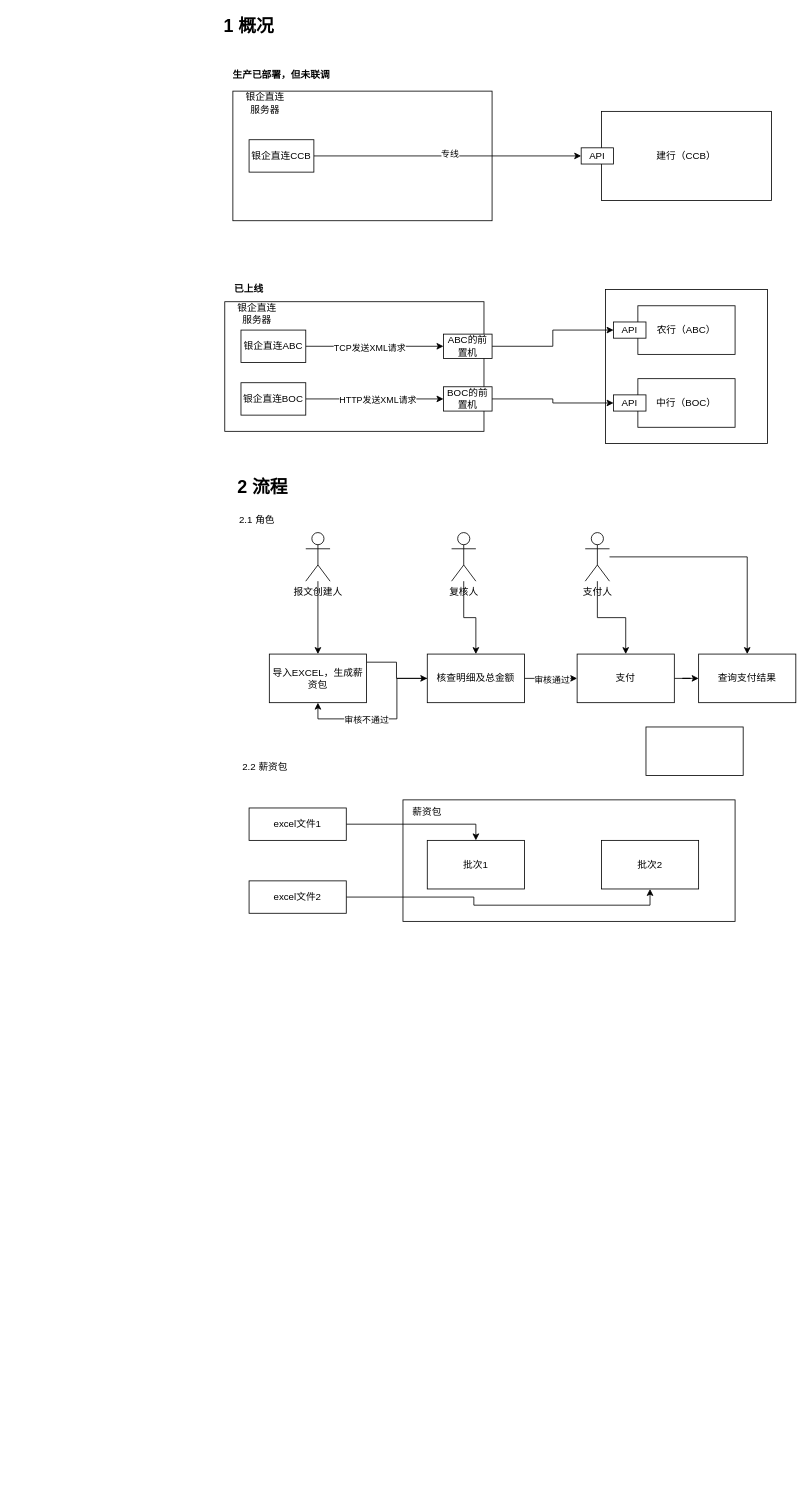
The draw.io diagram salary-platform-present.drawio in fsJerryChan/fsJerryChan, before the edit. Source tidied: cells renumbered, new cells numbered last; positions are measured from the earlier drawing's top-left corner, leaving out a move shared by most shapes. Both pictures are drawn from the tidied source at 81%, with x=0, y=0 at pixel (200, 14).
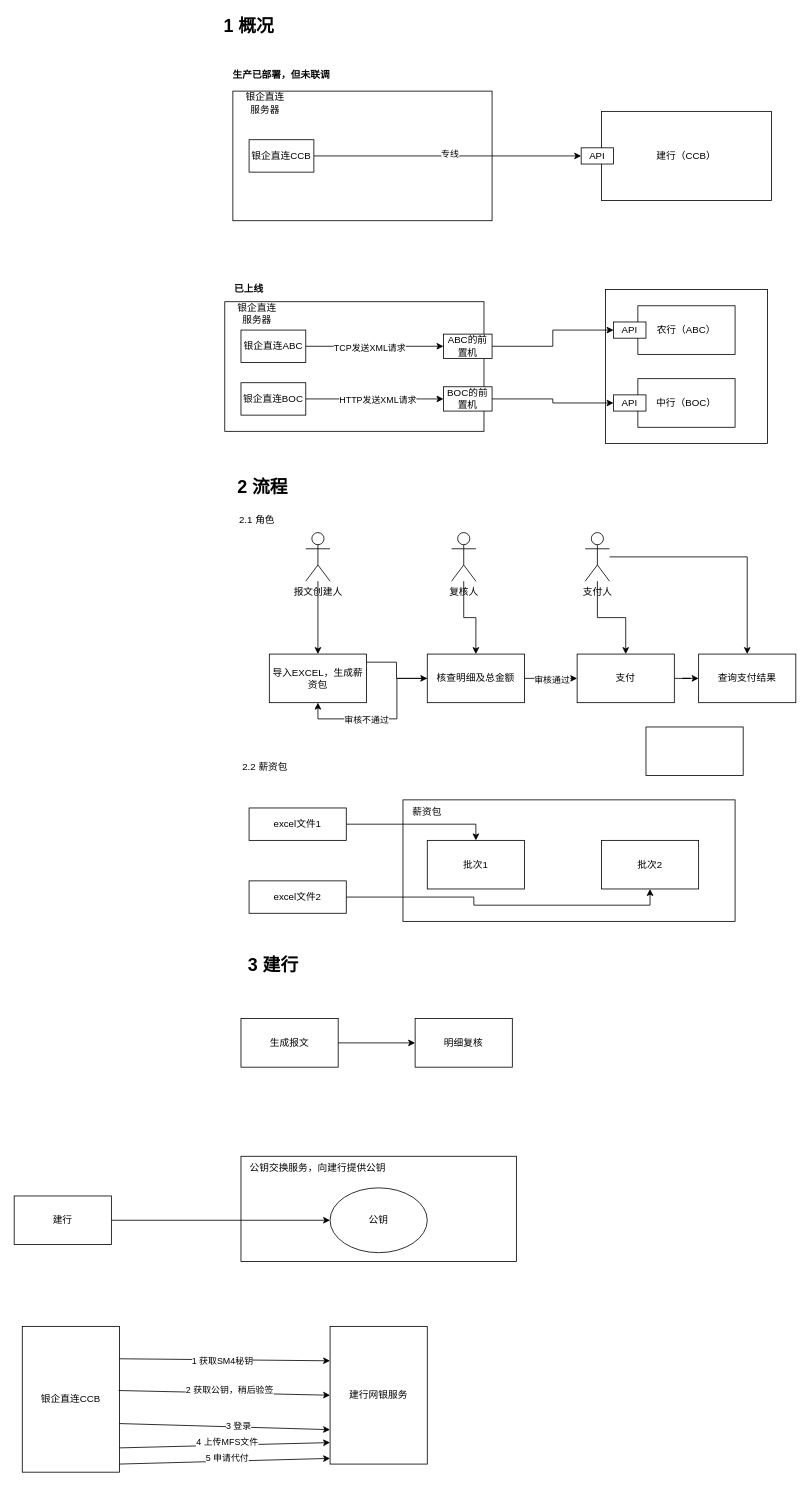
After the change.

The edit, as a diff of the source:
```diff
@@
+    <mxCell id="58" value="&lt;b&gt;&lt;font style=&quot;font-size: 22px;&quot;&gt;3 建行&lt;/font&gt;&lt;/b&gt;" style="text;strokeColor=none;align=center;fillColor=none;html=1;verticalAlign=middle;whiteSpace=wrap;rounded=0;" parent="1" vertex="1">
+      <mxGeometry x="30" y="1160" width="120" height="30" as="geometry" />
+    </mxCell>
+    <mxCell id="59" style="edgeStyle=orthogonalEdgeStyle;rounded=0;jettySize=auto;html=1;entryX=0;entryY=0.5;entryDx=0;entryDy=0;" parent="1" edge="1" source="60" target="61">
+      <mxGeometry relative="1" as="geometry" />
+    </mxCell>
+    <mxCell id="60" value="生成报文" style="rounded=0;whiteSpace=wrap;html=1;" parent="1" vertex="1">
+      <mxGeometry x="50" y="1240" width="120" height="60" as="geometry" />
+    </mxCell>
+    <mxCell id="61" value="明细复核" style="rounded=0;whiteSpace=wrap;html=1;" parent="1" vertex="1">
+      <mxGeometry x="265" y="1240" width="120" height="60" as="geometry" />
+    </mxCell>
+    <mxCell id="62" style="rounded=0;whiteSpace=wrap;html=1;" parent="1" vertex="1">
+      <mxGeometry x="50" y="1410" width="340" height="130" as="geometry" />
+    </mxCell>
+    <mxCell id="63" value="公钥交换服务，向建行提供公钥" style="text;strokeColor=none;align=center;fillColor=none;html=1;verticalAlign=middle;whiteSpace=wrap;rounded=0;" parent="1" vertex="1">
+      <mxGeometry x="60" y="1410" width="170" height="30" as="geometry" />
+    </mxCell>
+    <mxCell id="64" value="公钥" style="ellipse;whiteSpace=wrap;html=1;" parent="1" vertex="1">
+      <mxGeometry x="160" y="1449" width="120" height="80" as="geometry" />
+    </mxCell>
+    <mxCell id="65" style="edgeStyle=orthogonalEdgeStyle;rounded=0;jettySize=auto;html=1;entryX=0;entryY=0.5;entryDx=0;entryDy=0;" parent="1" edge="1" source="66" target="64">
+      <mxGeometry relative="1" as="geometry" />
+    </mxCell>
+    <mxCell id="66" value="建行" style="rounded=0;whiteSpace=wrap;html=1;" parent="1" vertex="1">
+      <mxGeometry x="-230" y="1459" width="120" height="60" as="geometry" />
+    </mxCell>
+    <mxCell id="67" value="银企直连CCB" style="rounded=0;whiteSpace=wrap;html=1;" parent="1" vertex="1">
+      <mxGeometry x="-220" y="1620" width="120" height="180" as="geometry" />
+    </mxCell>
+    <mxCell id="68" value="建行网银服务" style="rounded=0;whiteSpace=wrap;html=1;" parent="1" vertex="1">
+      <mxGeometry x="160" y="1620" width="120" height="170" as="geometry" />
+    </mxCell>
+    <mxCell id="69" style="endArrow=classic;html=1;rounded=0;entryX=0;entryY=0.25;entryDx=0;entryDy=0;" parent="1" edge="1" target="68">
+      <mxGeometry relative="1" as="geometry">
+        <mxPoint x="-100" y="1660" as="sourcePoint" />
+      </mxGeometry>
+    </mxCell>
+    <mxCell id="70" value="1 获取SM4秘钥" style="edgeLabel;html=1;align=center;verticalAlign=middle;" parent="69" vertex="1">
+      <mxGeometry x="-0.02" y="-1" relative="1" as="geometry" />
+    </mxCell>
+    <mxCell id="71" style="endArrow=classic;html=1;rounded=0;entryX=0;entryY=0.5;entryDx=0;entryDy=0;exitX=0.992;exitY=0.44;exitDx=0;exitDy=0;exitPerimeter=0;" parent="1" edge="1" source="67" target="68">
+      <mxGeometry relative="1" as="geometry" />
+    </mxCell>
+    <mxCell id="72" value="2 获取公钥，稍后验签" style="edgeLabel;html=1;align=center;verticalAlign=middle;" parent="71" vertex="1">
+      <mxGeometry x="0.05" y="4" relative="1" as="geometry">
+        <mxPoint x="-1" as="offset" />
+      </mxGeometry>
+    </mxCell>
+    <mxCell id="73" style="endArrow=classic;html=1;rounded=0;entryX=0;entryY=0.75;entryDx=0;entryDy=0;" parent="1" edge="1" target="68">
+      <mxGeometry relative="1" as="geometry">
+        <mxPoint x="-100" y="1740" as="sourcePoint" />
+      </mxGeometry>
+    </mxCell>
+    <mxCell id="74" value="3 登录" style="edgeLabel;html=1;align=center;verticalAlign=middle;" parent="73" vertex="1">
+      <mxGeometry x="0.13" y="2" relative="1" as="geometry" />
+    </mxCell>
+    <mxCell id="75" style="endArrow=classic;html=1;rounded=0;entryX=0;entryY=0.844;entryDx=0;entryDy=0;entryPerimeter=0;" parent="1" edge="1" target="68">
+      <mxGeometry relative="1" as="geometry">
+        <mxPoint x="-100" y="1770" as="sourcePoint" />
+      </mxGeometry>
+    </mxCell>
+    <mxCell id="76" value="4 上传MFS文件" style="edgeLabel;html=1;align=center;verticalAlign=middle;" parent="75" vertex="1">
+      <mxGeometry x="0.02" y="4" relative="1" as="geometry" />
+    </mxCell>
+    <mxCell id="77" style="endArrow=classic;html=1;rounded=0;entryX=0;entryY=0.844;entryDx=0;entryDy=0;entryPerimeter=0;" parent="1" edge="1">
+      <mxGeometry relative="1" as="geometry">
+        <mxPoint x="-100" y="1790" as="sourcePoint" />
+        <mxPoint x="160" y="1783" as="targetPoint" />
+      </mxGeometry>
+    </mxCell>
+    <mxCell id="78" value="5 申请代付" style="edgeLabel;html=1;align=center;verticalAlign=middle;" parent="77" vertex="1">
+      <mxGeometry x="0.02" y="4" relative="1" as="geometry" />
+    </mxCell>
```
